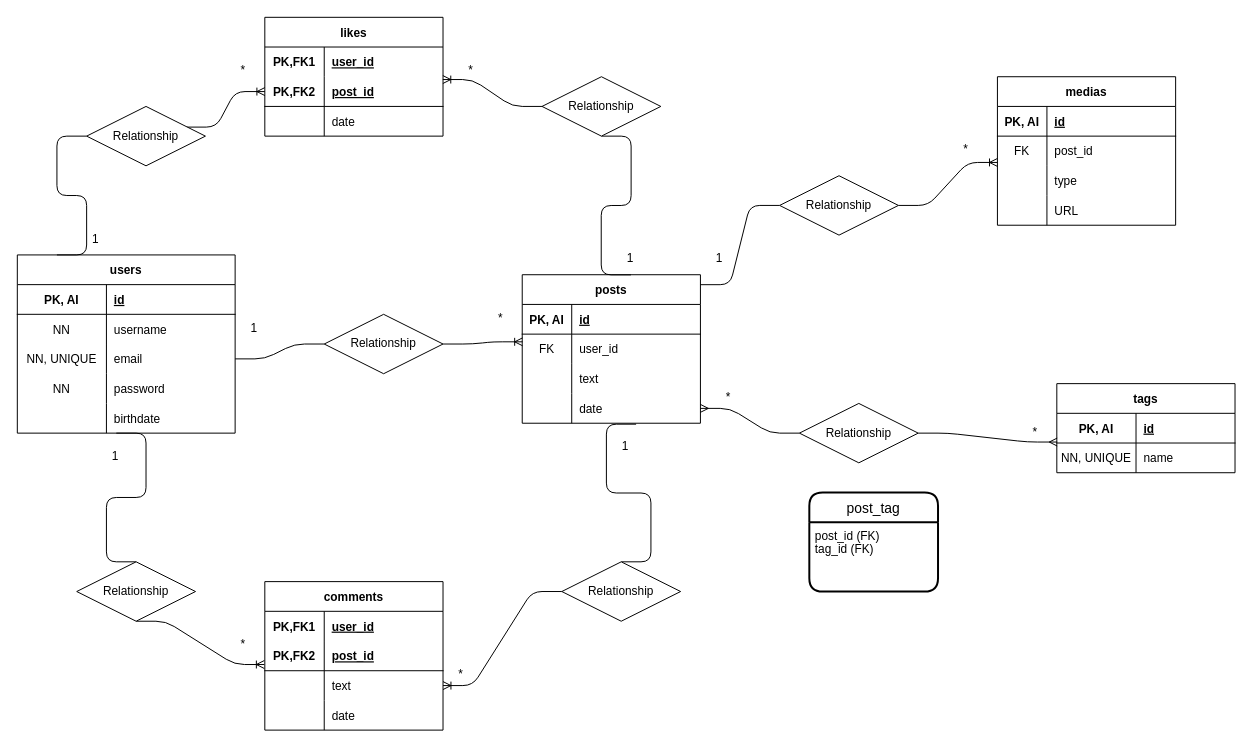
This is step_1_diagramma_er/diagramma_er.drawio from LeonardSuli/social-platform, a draw.io file, before an edit. Source tidied: cells renumbered, new cells numbered last; positions are measured from the earlier drawing's top-left corner, leaving out a move shared by most shapes. Both pictures are drawn from the tidied source at 99%, with x=0, y=0 at pixel (17, 17).
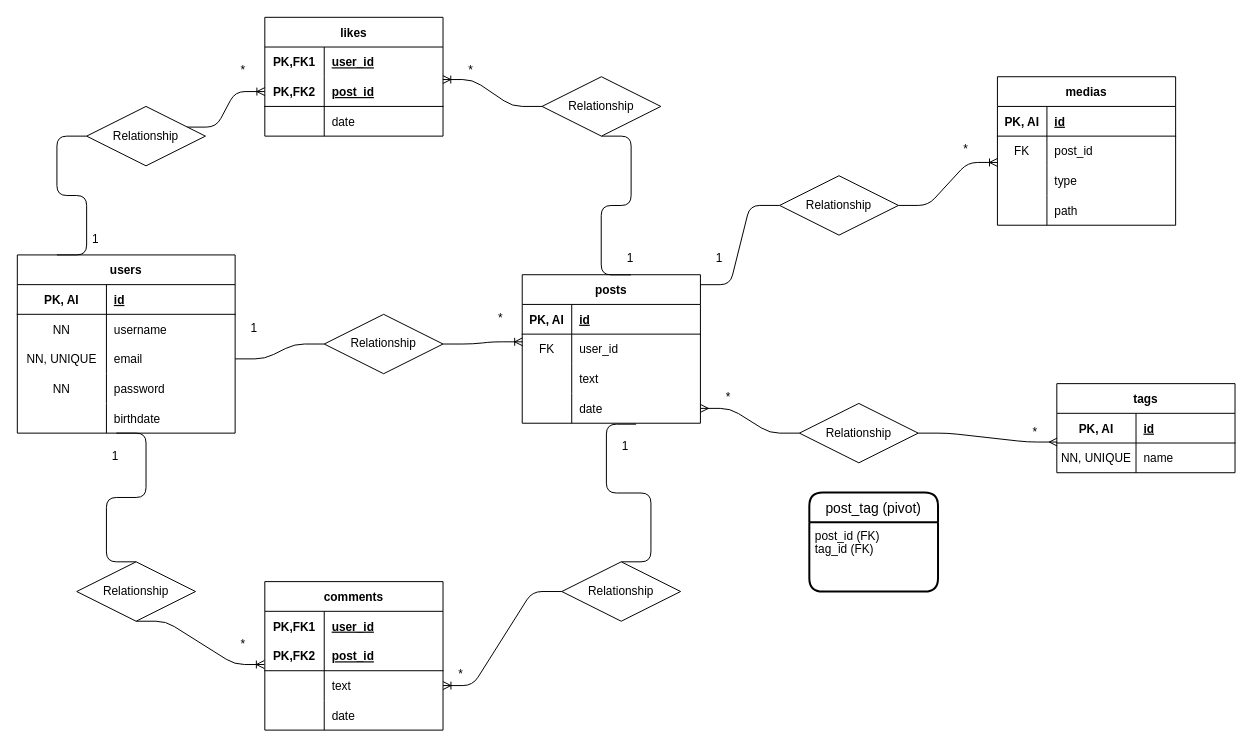
Above is the later version.

The change refers to these unchanged cells:
```xml
<mxCell id="41" style="shape=tableRow;horizontal=0;startSize=0;swimlaneHead=0;swimlaneBody=0;fillColor=none;top=0;left=0;right=0;bottom=0;" parent="31" vertex="1">
  <mxGeometry y="120" width="180" height="30" as="geometry" />
</mxCell>
```

Change to the diagram source:
```diff
@@
-    <mxCell id="43" value="URL" style="shape=partialRectangle;fillColor=none;top=0;left=0;bottom=0;right=0;align=left;spacingLeft=6;overflow=hidden;" parent="41" vertex="1">
+    <mxCell id="43" value="path" style="shape=partialRectangle;fillColor=none;top=0;left=0;bottom=0;right=0;align=left;spacingLeft=6;overflow=hidden;" parent="41" vertex="1">
       <mxGeometry x="50" width="130" height="30" as="geometry" />
     </mxCell>
@@
-    <mxCell id="51" value="post_tag" style="swimlane;horizontal=1;startSize=30;rounded=1;fontSize=14;fontStyle=0;strokeWidth=2;shadow=0;dashed=0;align=center;" parent="1" vertex="1">
+    <mxCell id="51" value="post_tag (pivot)" style="swimlane;horizontal=1;startSize=30;rounded=1;fontSize=14;fontStyle=0;strokeWidth=2;shadow=0;dashed=0;align=center;" parent="1" vertex="1">
       <mxGeometry x="800" y="480" width="130" height="100" as="geometry" />
     </mxCell>
```
